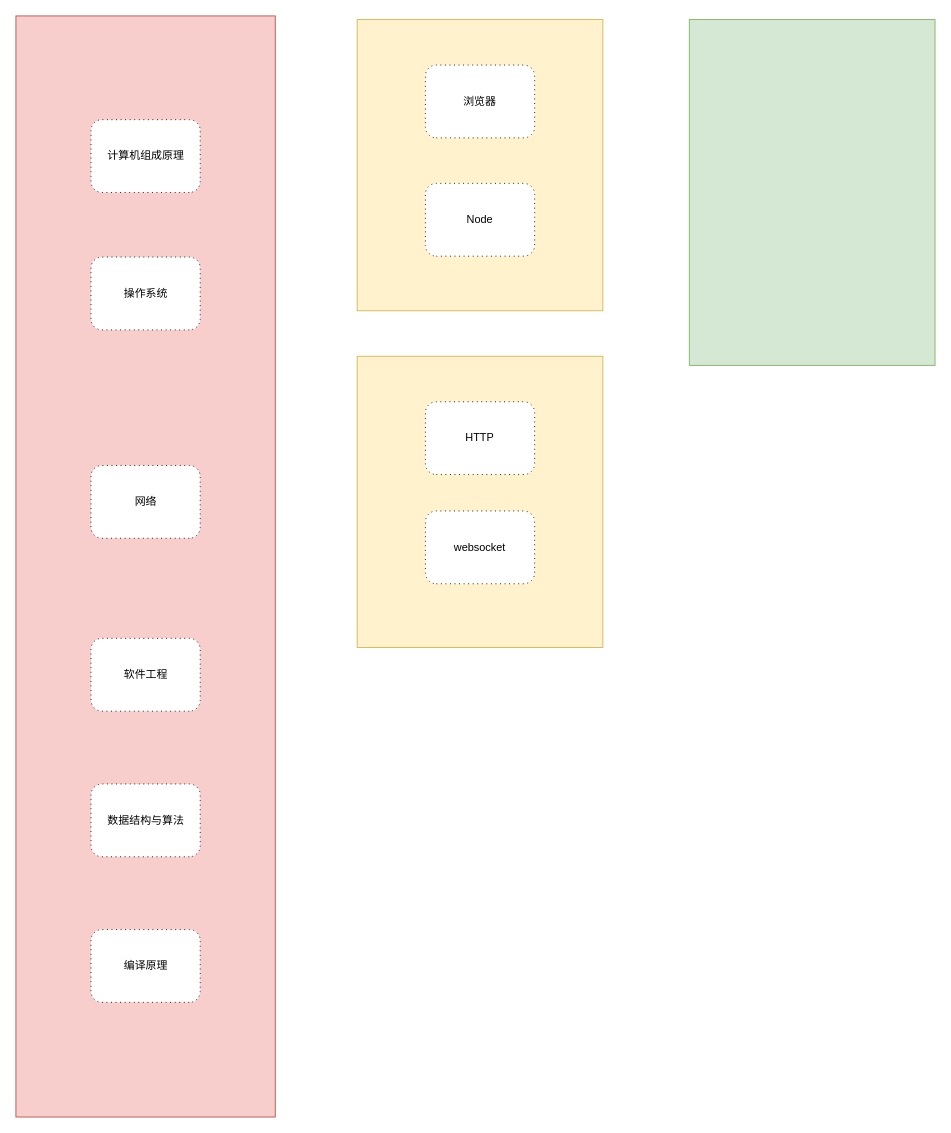
Earlier version of the draw.io diagram uploads/mind.drawio (janeluck/AwesomeNote). Source tidied: cells renumbered, new cells numbered last; positions are measured from the earlier drawing's top-left corner, leaving out a move shared by most shapes. Both pictures are drawn from the tidied source at 91%, with x=0, y=0 at pixel (15, 15).
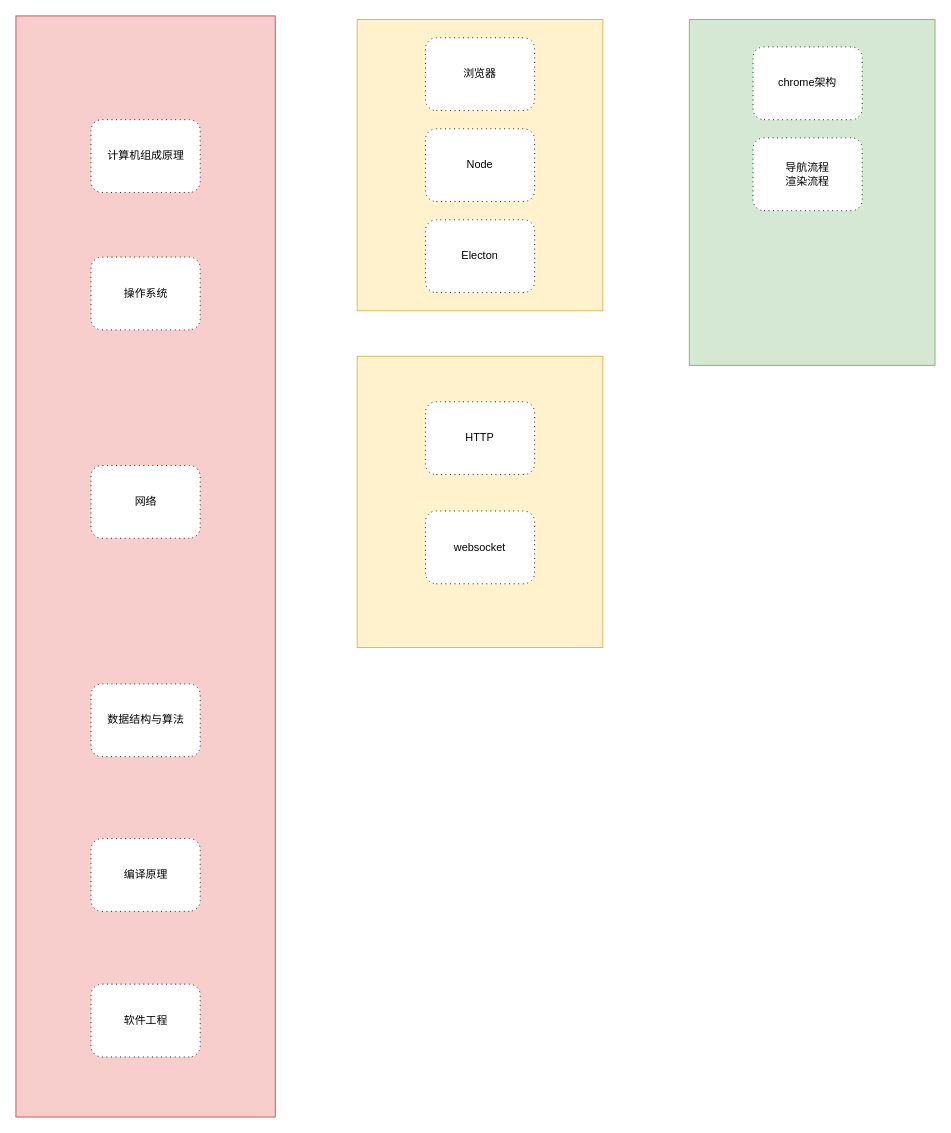
The same page after the edit.

Diff of the diagram source:
```diff
@@
 <mxGraphModel>
   <root>
     <mxCell id="0" />
     <mxCell id="1" parent="0" />
     <mxCell id="2" style="rounded=0;whiteSpace=wrap;html=1;fillColor=#f8cecc;strokeColor=#b85450;" parent="1" vertex="1">
       <mxGeometry width="285" height="1210" as="geometry" />
     </mxCell>
     <mxCell id="3" style="group;" parent="1" vertex="1">
       <mxGeometry x="450" y="284" width="220" height="700" as="geometry" />
     </mxCell>
     <mxCell id="4" style="rounded=0;whiteSpace=wrap;html=1;fillColor=#fff2cc;strokeColor=#d6b656;" parent="3" vertex="1">
       <mxGeometry x="-75" y="90" width="270" height="320" as="geometry" />
     </mxCell>
     <mxCell id="5" value="HTTP" style="shape=ext;rounded=1;html=1;whiteSpace=wrap;dashed=1;dashPattern=1 4;flipV=1;" parent="3" vertex="1">
       <mxGeometry y="140" width="120" height="80" as="geometry" />
     </mxCell>
     <mxCell id="6" value="websocket" style="shape=ext;rounded=1;html=1;whiteSpace=wrap;dashed=1;dashPattern=1 4;flipV=1;" parent="3" vertex="1">
       <mxGeometry y="260" width="120" height="80" as="geometry" />
     </mxCell>
     <mxCell id="7" style="rounded=0;whiteSpace=wrap;html=1;fillColor=#d5e8d4;strokeColor=#82b366;" parent="1" vertex="1">
       <mxGeometry x="740" y="4" width="270" height="380" as="geometry" />
     </mxCell>
     <mxCell id="8" value="编译原理" style="shape=ext;rounded=1;html=1;whiteSpace=wrap;dashed=1;dashPattern=1 4;flipV=1;flipH=1;" parent="1" vertex="1">
-      <mxGeometry x="82.5" y="1004" width="120" height="80" as="geometry" />
+      <mxGeometry x="82.5" y="904" width="120" height="80" as="geometry" />
     </mxCell>
     <mxCell id="9" value="网络" style="shape=ext;rounded=1;html=1;whiteSpace=wrap;dashed=1;dashPattern=1 4;flipV=1;flipH=1;" parent="1" vertex="1">
       <mxGeometry x="82.5" y="494" width="120" height="80" as="geometry" />
     </mxCell>
     <mxCell id="10" value="计算机组成原理" style="shape=ext;rounded=1;html=1;whiteSpace=wrap;dashed=1;dashPattern=1 4;flipV=1;flipH=1;" parent="1" vertex="1">
       <mxGeometry x="82.5" y="114" width="120" height="80" as="geometry" />
     </mxCell>
     <mxCell id="11" value="操作系统" style="shape=ext;rounded=1;html=1;whiteSpace=wrap;dashed=1;dashPattern=1 4;flipV=1;flipH=1;" parent="1" vertex="1">
       <mxGeometry x="82.5" y="265" width="120" height="80" as="geometry" />
     </mxCell>
     <mxCell id="12" value="数据结构与算法" style="shape=ext;rounded=1;html=1;whiteSpace=wrap;dashed=1;dashPattern=1 4;flipV=1;flipH=1;" parent="1" vertex="1">
-      <mxGeometry x="82.5" y="844" width="120" height="80" as="geometry" />
+      <mxGeometry x="82.5" y="734" width="120" height="80" as="geometry" />
     </mxCell>
     <mxCell id="13" value="软件工程" style="shape=ext;rounded=1;html=1;whiteSpace=wrap;dashed=1;dashPattern=1 4;flipV=1;flipH=1;" parent="1" vertex="1">
-      <mxGeometry x="82.5" y="684" width="120" height="80" as="geometry" />
+      <mxGeometry x="82.5" y="1064" width="120" height="80" as="geometry" />
     </mxCell>
     <mxCell id="14" style="rounded=0;whiteSpace=wrap;html=1;fillColor=#fff2cc;strokeColor=#d6b656;" parent="1" vertex="1">
       <mxGeometry x="375" y="4" width="270" height="320" as="geometry" />
     </mxCell>
     <mxCell id="15" value="浏览器" style="shape=ext;rounded=1;html=1;whiteSpace=wrap;dashed=1;dashPattern=1 4;flipV=1;" parent="1" vertex="1">
-      <mxGeometry x="450" y="54" width="120" height="80" as="geometry" />
+      <mxGeometry x="450" y="24" width="120" height="80" as="geometry" />
     </mxCell>
     <mxCell id="16" value="Node" style="shape=ext;rounded=1;html=1;whiteSpace=wrap;dashed=1;dashPattern=1 4;flipV=1;" parent="1" vertex="1">
-      <mxGeometry x="450" y="184" width="120" height="80" as="geometry" />
+      <mxGeometry x="450" y="124" width="120" height="80" as="geometry" />
     </mxCell>
+    <mxCell id="17" value="Electon" style="shape=ext;rounded=1;html=1;whiteSpace=wrap;dashed=1;dashPattern=1 4;flipV=1;" parent="1" vertex="1">
+      <mxGeometry x="450" y="224" width="120" height="80" as="geometry" />
+    </mxCell>
+    <mxCell id="18" value="chrome架构" style="shape=ext;rounded=1;html=1;whiteSpace=wrap;dashed=1;dashPattern=1 4;flipV=1;" parent="1" vertex="1">
+      <mxGeometry x="810" y="34" width="120" height="80" as="geometry" />
+    </mxCell>
+    <mxCell id="19" value="导航流程&lt;br&gt;渲染流程" style="shape=ext;rounded=1;html=1;whiteSpace=wrap;dashed=1;dashPattern=1 4;flipV=1;" parent="1" vertex="1">
+      <mxGeometry x="810" y="134" width="120" height="80" as="geometry" />
+    </mxCell>
   </root>
 </mxGraphModel>
```
